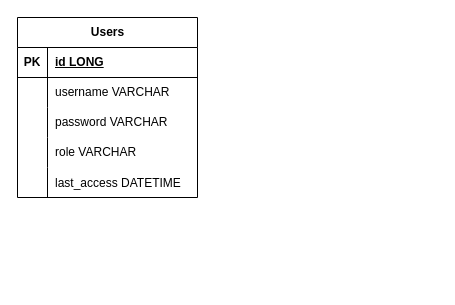
Above: modelo_relacional.drawio in AguilarDev29/KAV_BACK (draw.io), before the change. Source tidied: cells renumbered, new cells numbered last; positions are measured from the earlier drawing's top-left corner, leaving out a move shared by most shapes. Both pictures are drawn from the tidied source at 100%, with x=0, y=0 at pixel (17, 17).
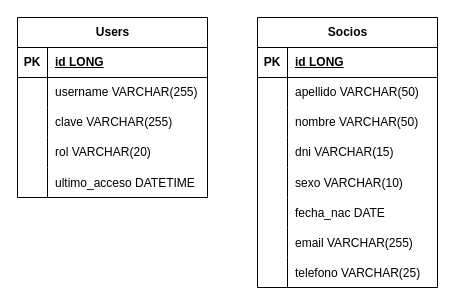
The same page after the edit.

The edit, as a diff of the source:
```diff
@@
     <mxCell id="2" value="Users" style="shape=table;startSize=30;childLayout=tableLayout;rowLines=0;fontStyle=1;align=center;html=1;" parent="1" vertex="1">
-      <mxGeometry width="180" height="180" as="geometry" />
+      <mxGeometry width="190" height="180" as="geometry" />
     </mxCell>
     <mxCell id="3" style="shape=tableRow;horizontal=0;startSize=0;swimlaneHead=0;swimlaneBody=0;fillColor=none;top=0;left=0;right=0;bottom=1;" parent="2" vertex="1">
-      <mxGeometry y="30" width="180" height="30" as="geometry" />
+      <mxGeometry y="30" width="190" height="30" as="geometry" />
     </mxCell>
@@
     <mxCell id="5" value="id LONG" style="shape=partialRectangle;fillColor=none;top=0;left=0;bottom=0;right=0;align=left;spacingLeft=6;fontStyle=5;overflow=hidden;whiteSpace=wrap;html=1;" parent="3" vertex="1">
-      <mxGeometry x="30" width="150" height="30" as="geometry" />
+      <mxGeometry x="30" width="160" height="30" as="geometry" />
     </mxCell>
     <mxCell id="6" style="shape=tableRow;horizontal=0;startSize=0;swimlaneHead=0;swimlaneBody=0;fillColor=none;top=0;left=0;right=0;bottom=0;" parent="2" vertex="1">
-      <mxGeometry y="60" width="180" height="30" as="geometry" />
+      <mxGeometry y="60" width="190" height="30" as="geometry" />
     </mxCell>
@@
-    <mxCell id="8" value="username VARCHAR" style="shape=partialRectangle;fillColor=none;top=0;left=0;bottom=0;right=0;align=left;spacingLeft=6;overflow=hidden;whiteSpace=wrap;html=1;" parent="6" vertex="1">
-      <mxGeometry x="30" width="150" height="30" as="geometry" />
+    <mxCell id="8" value="username VARCHAR(255)" style="shape=partialRectangle;fillColor=none;top=0;left=0;bottom=0;right=0;align=left;spacingLeft=6;overflow=hidden;whiteSpace=wrap;html=1;" parent="6" vertex="1">
+      <mxGeometry x="30" width="160" height="30" as="geometry" />
     </mxCell>
     <mxCell id="9" style="shape=tableRow;horizontal=0;startSize=0;swimlaneHead=0;swimlaneBody=0;fillColor=none;top=0;left=0;right=0;bottom=0;" parent="2" vertex="1">
-      <mxGeometry y="90" width="180" height="30" as="geometry" />
+      <mxGeometry y="90" width="190" height="30" as="geometry" />
     </mxCell>
@@
-    <mxCell id="11" value="password VARCHAR" style="shape=partialRectangle;fillColor=none;top=0;left=0;bottom=0;right=0;align=left;spacingLeft=6;overflow=hidden;whiteSpace=wrap;html=1;" parent="9" vertex="1">
-      <mxGeometry x="30" width="150" height="30" as="geometry" />
+    <mxCell id="11" value="clave VARCHAR(255)" style="shape=partialRectangle;fillColor=none;top=0;left=0;bottom=0;right=0;align=left;spacingLeft=6;overflow=hidden;whiteSpace=wrap;html=1;" parent="9" vertex="1">
+      <mxGeometry x="30" width="160" height="30" as="geometry" />
     </mxCell>
     <mxCell id="12" style="shape=tableRow;horizontal=0;startSize=0;swimlaneHead=0;swimlaneBody=0;fillColor=none;top=0;left=0;right=0;bottom=0;" parent="2" vertex="1">
-      <mxGeometry y="120" width="180" height="30" as="geometry" />
+      <mxGeometry y="120" width="190" height="30" as="geometry" />
     </mxCell>
@@
-    <mxCell id="14" value="role VARCHAR" style="shape=partialRectangle;fillColor=none;top=0;left=0;bottom=0;right=0;align=left;spacingLeft=6;overflow=hidden;whiteSpace=wrap;html=1;" parent="12" vertex="1">
-      <mxGeometry x="30" width="150" height="30" as="geometry" />
+    <mxCell id="14" value="rol VARCHAR(20)" style="shape=partialRectangle;fillColor=none;top=0;left=0;bottom=0;right=0;align=left;spacingLeft=6;overflow=hidden;whiteSpace=wrap;html=1;" parent="12" vertex="1">
+      <mxGeometry x="30" width="160" height="30" as="geometry" />
     </mxCell>
     <mxCell id="15" style="shape=tableRow;horizontal=0;startSize=0;swimlaneHead=0;swimlaneBody=0;fillColor=none;top=0;left=0;right=0;bottom=0;" parent="2" vertex="1">
-      <mxGeometry y="150" width="180" height="30" as="geometry" />
+      <mxGeometry y="150" width="190" height="30" as="geometry" />
     </mxCell>
@@
-    <mxCell id="17" value="last_access DATETIME" style="shape=partialRectangle;fillColor=none;top=0;left=0;bottom=0;right=0;align=left;spacingLeft=6;overflow=hidden;" parent="15" vertex="1">
-      <mxGeometry x="30" width="150" height="30" as="geometry" />
+    <mxCell id="17" value="ultimo_acceso DATETIME" style="shape=partialRectangle;fillColor=none;top=0;left=0;bottom=0;right=0;align=left;spacingLeft=6;overflow=hidden;" parent="15" vertex="1">
+      <mxGeometry x="30" width="160" height="30" as="geometry" />
     </mxCell>
+    <mxCell id="18" value="Socios" style="shape=table;startSize=30;childLayout=tableLayout;rowLines=0;fontStyle=1;align=center;html=1;" parent="1" vertex="1">
+      <mxGeometry x="240" width="180" height="270" as="geometry" />
+    </mxCell>
+    <mxCell id="19" style="shape=tableRow;horizontal=0;startSize=0;swimlaneHead=0;swimlaneBody=0;fillColor=none;top=0;left=0;right=0;bottom=1;" parent="18" vertex="1">
+      <mxGeometry y="30" width="180" height="30" as="geometry" />
+    </mxCell>
+    <mxCell id="20" value="PK" style="shape=partialRectangle;fillColor=none;top=0;left=0;bottom=0;right=0;fontStyle=1;overflow=hidden;whiteSpace=wrap;html=1;" parent="19" vertex="1">
+      <mxGeometry width="30" height="30" as="geometry" />
+    </mxCell>
+    <mxCell id="21" value="id LONG" style="shape=partialRectangle;fillColor=none;top=0;left=0;bottom=0;right=0;align=left;spacingLeft=6;fontStyle=5;overflow=hidden;whiteSpace=wrap;html=1;" parent="19" vertex="1">
+      <mxGeometry x="30" width="150" height="30" as="geometry" />
+    </mxCell>
+    <mxCell id="22" style="shape=tableRow;horizontal=0;startSize=0;swimlaneHead=0;swimlaneBody=0;fillColor=none;top=0;left=0;right=0;bottom=0;" parent="18" vertex="1">
+      <mxGeometry y="60" width="180" height="30" as="geometry" />
+    </mxCell>
+    <mxCell id="23" style="shape=partialRectangle;fillColor=none;top=0;left=0;bottom=0;right=0;overflow=hidden;whiteSpace=wrap;html=1;" parent="22" vertex="1">
+      <mxGeometry width="30" height="30" as="geometry" />
+    </mxCell>
+    <mxCell id="24" value="apellido VARCHAR(50)" style="shape=partialRectangle;fillColor=none;top=0;left=0;bottom=0;right=0;align=left;spacingLeft=6;overflow=hidden;whiteSpace=wrap;html=1;" parent="22" vertex="1">
+      <mxGeometry x="30" width="150" height="30" as="geometry" />
+    </mxCell>
+    <mxCell id="25" style="shape=tableRow;horizontal=0;startSize=0;swimlaneHead=0;swimlaneBody=0;fillColor=none;top=0;left=0;right=0;bottom=0;" parent="18" vertex="1">
+      <mxGeometry y="90" width="180" height="30" as="geometry" />
+    </mxCell>
+    <mxCell id="26" style="shape=partialRectangle;fillColor=none;top=0;left=0;bottom=0;right=0;overflow=hidden;whiteSpace=wrap;html=1;" parent="25" vertex="1">
+      <mxGeometry width="30" height="30" as="geometry" />
+    </mxCell>
+    <mxCell id="27" value="nombre VARCHAR(50)" style="shape=partialRectangle;fillColor=none;top=0;left=0;bottom=0;right=0;align=left;spacingLeft=6;overflow=hidden;whiteSpace=wrap;html=1;" parent="25" vertex="1">
+      <mxGeometry x="30" width="150" height="30" as="geometry" />
+    </mxCell>
+    <mxCell id="28" style="shape=tableRow;horizontal=0;startSize=0;swimlaneHead=0;swimlaneBody=0;fillColor=none;top=0;left=0;right=0;bottom=0;" parent="18" vertex="1">
+      <mxGeometry y="120" width="180" height="30" as="geometry" />
+    </mxCell>
+    <mxCell id="29" style="shape=partialRectangle;fillColor=none;top=0;left=0;bottom=0;right=0;overflow=hidden;whiteSpace=wrap;html=1;" parent="28" vertex="1">
+      <mxGeometry width="30" height="30" as="geometry" />
+    </mxCell>
+    <mxCell id="30" value="dni VARCHAR(15)" style="shape=partialRectangle;fillColor=none;top=0;left=0;bottom=0;right=0;align=left;spacingLeft=6;overflow=hidden;whiteSpace=wrap;html=1;" parent="28" vertex="1">
+      <mxGeometry x="30" width="150" height="30" as="geometry" />
+    </mxCell>
+    <mxCell id="31" style="shape=tableRow;horizontal=0;startSize=0;swimlaneHead=0;swimlaneBody=0;fillColor=none;top=0;left=0;right=0;bottom=0;" parent="18" vertex="1">
+      <mxGeometry y="150" width="180" height="30" as="geometry" />
+    </mxCell>
+    <mxCell id="32" style="shape=partialRectangle;fillColor=none;top=0;left=0;bottom=0;right=0;overflow=hidden;" parent="31" vertex="1">
+      <mxGeometry width="30" height="30" as="geometry" />
+    </mxCell>
+    <mxCell id="33" value="sexo VARCHAR(10)" style="shape=partialRectangle;fillColor=none;top=0;left=0;bottom=0;right=0;align=left;spacingLeft=6;overflow=hidden;" parent="31" vertex="1">
+      <mxGeometry x="30" width="150" height="30" as="geometry" />
+    </mxCell>
+    <mxCell id="34" style="shape=tableRow;horizontal=0;startSize=0;swimlaneHead=0;swimlaneBody=0;fillColor=none;top=0;left=0;right=0;bottom=0;" parent="18" vertex="1">
+      <mxGeometry y="180" width="180" height="30" as="geometry" />
+    </mxCell>
+    <mxCell id="35" style="shape=partialRectangle;fillColor=none;top=0;left=0;bottom=0;right=0;overflow=hidden;" parent="34" vertex="1">
+      <mxGeometry width="30" height="30" as="geometry" />
+    </mxCell>
+    <mxCell id="36" value="fecha_nac DATE" style="shape=partialRectangle;fillColor=none;top=0;left=0;bottom=0;right=0;align=left;spacingLeft=6;overflow=hidden;" parent="34" vertex="1">
+      <mxGeometry x="30" width="150" height="30" as="geometry" />
+    </mxCell>
+    <mxCell id="37" style="shape=tableRow;horizontal=0;startSize=0;swimlaneHead=0;swimlaneBody=0;fillColor=none;top=0;left=0;right=0;bottom=0;" parent="18" vertex="1">
+      <mxGeometry y="210" width="180" height="30" as="geometry" />
+    </mxCell>
+    <mxCell id="38" style="shape=partialRectangle;fillColor=none;top=0;left=0;bottom=0;right=0;overflow=hidden;" parent="37" vertex="1">
+      <mxGeometry width="30" height="30" as="geometry" />
+    </mxCell>
+    <mxCell id="39" value="email VARCHAR(255)" style="shape=partialRectangle;fillColor=none;top=0;left=0;bottom=0;right=0;align=left;spacingLeft=6;overflow=hidden;" parent="37" vertex="1">
+      <mxGeometry x="30" width="150" height="30" as="geometry" />
+    </mxCell>
+    <mxCell id="40" style="shape=tableRow;horizontal=0;startSize=0;swimlaneHead=0;swimlaneBody=0;fillColor=none;top=0;left=0;right=0;bottom=0;" parent="18" vertex="1">
+      <mxGeometry y="240" width="180" height="30" as="geometry" />
+    </mxCell>
+    <mxCell id="41" style="shape=partialRectangle;fillColor=none;top=0;left=0;bottom=0;right=0;overflow=hidden;" parent="40" vertex="1">
+      <mxGeometry width="30" height="30" as="geometry" />
+    </mxCell>
+    <mxCell id="42" value="telefono VARCHAR(25)" style="shape=partialRectangle;fillColor=none;top=0;left=0;bottom=0;right=0;align=left;spacingLeft=6;overflow=hidden;" parent="40" vertex="1">
+      <mxGeometry x="30" width="150" height="30" as="geometry" />
+    </mxCell>
```
